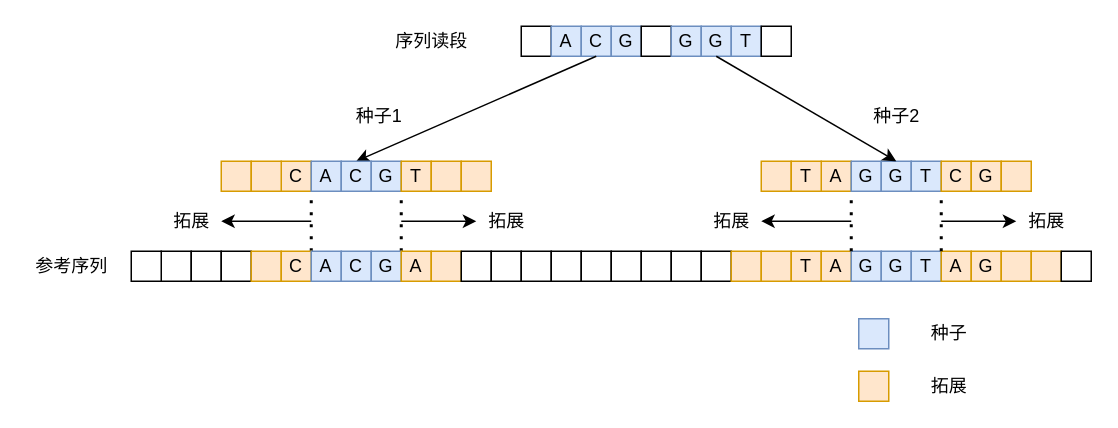
Before: page "DNA-N" (17 of 21) of FPGA_output.drawio in muguang123/drwaio, a draw.io diagram. Source tidied: cells renumbered, new cells numbered last; positions are measured from the earlier drawing's top-left corner, leaving out a move shared by most shapes. Both pictures are drawn from the tidied source at 150%, with x=0, y=0 at pixel (26, 26).
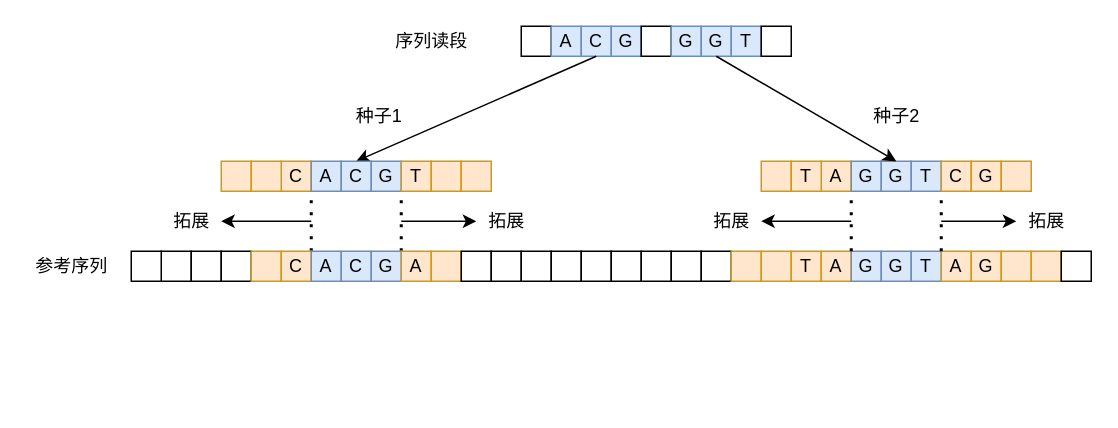
The same diagram, later.

The edit, as a diff of the source:
```diff
@@
-    <mxCell id="75" style="rounded=0;whiteSpace=wrap;html=1;fillColor=#dae8fc;strokeColor=#6c8ebf;" parent="1" vertex="1">
-      <mxGeometry x="555" y="195" width="20" height="20" as="geometry" />
-    </mxCell>
-    <mxCell id="76" style="rounded=0;whiteSpace=wrap;html=1;fillColor=#ffe6cc;strokeColor=#d79b00;" parent="1" vertex="1">
-      <mxGeometry x="555" y="230" width="20" height="20" as="geometry" />
-    </mxCell>
-    <mxCell id="77" value="种子" style="text;html=1;align=center;verticalAlign=middle;" parent="1" vertex="1">
-      <mxGeometry x="595" y="195" width="40" height="20" as="geometry" />
-    </mxCell>
-    <mxCell id="78" value="拓展" style="text;html=1;align=center;verticalAlign=middle;" parent="1" vertex="1">
-      <mxGeometry x="595" y="230" width="40" height="20" as="geometry" />
-    </mxCell>
```
